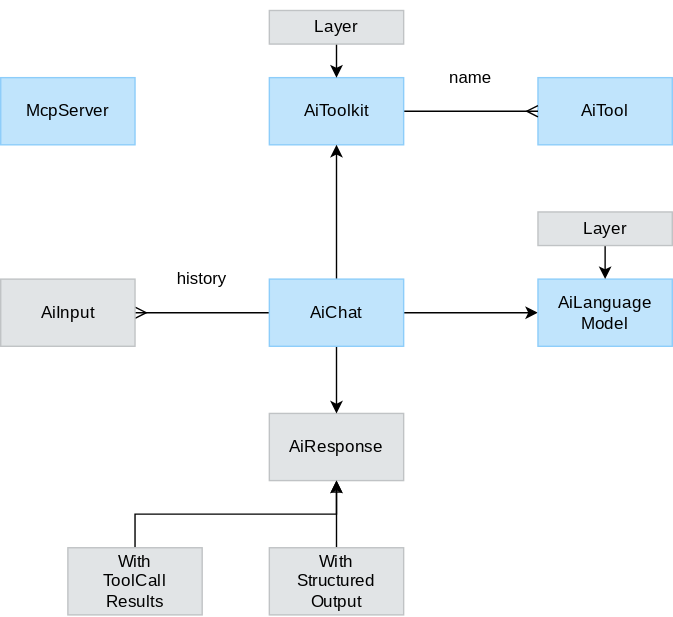
dxos/dxos keeps this draw.io diagram as packages/core/ai/docs/effect.drawio.svg. Above is the earlier version. Source tidied: cells renumbered, new cells last; positions are measured from the earlier drawing's top-left corner, leaving out a move shared by most shapes.
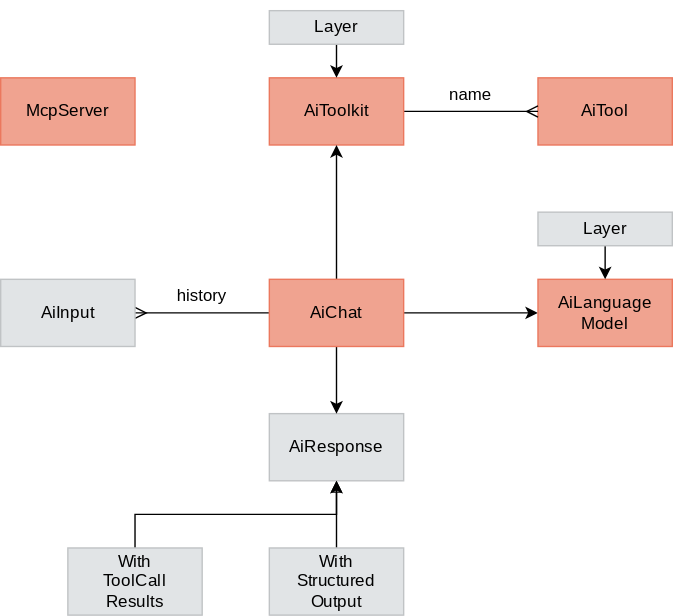
The same file after the commit.

Commit message:
docs: update diagrams and fix object label reference

The edit, as a diff of the source:
```diff
@@ -3,19 +3,19 @@
     <mxCell id="0" />
     <mxCell id="1" parent="0" />
     <mxCell id="2" value="history" style="text;html=1;align=center;verticalAlign=middle;whiteSpace=wrap;rounded=0;" parent="1" vertex="1">
-      <mxGeometry x="96" y="180" width="96" height="24" as="geometry" />
+      <mxGeometry x="96" y="192" width="96" height="24" as="geometry" />
     </mxCell>
-    <mxCell id="3" value="AiTool" style="rounded=0;whiteSpace=wrap;html=1;fontFamily=Space Grotesk;fontSource=https%3A%2F%2Ffonts.googleapis.com%2Fcss%3Ffamily%3DSpace%2BGrotesk;fillColor=#C0E4FC;fontColor=#000000;strokeColor=#8DCDFA;" parent="1" vertex="1">
+    <mxCell id="3" value="AiTool" style="rounded=0;whiteSpace=wrap;html=1;fontFamily=Space Grotesk;fontSource=https%3A%2F%2Ffonts.googleapis.com%2Fcss%3Ffamily%3DSpace%2BGrotesk;fillColor=#F0A390;fontColor=#000000;strokeColor=#EB785E;" parent="1" vertex="1">
       <mxGeometry x="384" y="48" width="96" height="48" as="geometry" />
     </mxCell>
     <mxCell id="4" style="edgeStyle=none;html=1;exitX=1;exitY=0.5;exitDx=0;exitDy=0;entryX=0;entryY=0.5;entryDx=0;entryDy=0;endArrow=ERmany;endFill=0;" parent="1" edge="1" source="5" target="3">
       <mxGeometry relative="1" as="geometry" />
     </mxCell>
-    <mxCell id="5" value="AiToolkit" style="rounded=0;whiteSpace=wrap;html=1;fontFamily=Space Grotesk;fontSource=https%3A%2F%2Ffonts.googleapis.com%2Fcss%3Ffamily%3DSpace%2BGrotesk;fillColor=#C0E4FC;fontColor=#000000;strokeColor=#8DCDFA;" parent="1" vertex="1">
+    <mxCell id="5" value="AiToolkit" style="rounded=0;whiteSpace=wrap;html=1;fontFamily=Space Grotesk;fontSource=https%3A%2F%2Ffonts.googleapis.com%2Fcss%3Ffamily%3DSpace%2BGrotesk;fillColor=#F0A390;fontColor=#000000;strokeColor=#EB785E;" parent="1" vertex="1">
       <mxGeometry x="192" y="48" width="96" height="48" as="geometry" />
     </mxCell>
     <mxCell id="6" value="name" style="text;html=1;align=center;verticalAlign=middle;whiteSpace=wrap;rounded=0;" parent="1" vertex="1">
-      <mxGeometry x="288" y="36" width="96" height="24" as="geometry" />
+      <mxGeometry x="288" y="48" width="96" height="24" as="geometry" />
     </mxCell>
     <mxCell id="7" style="edgeStyle=none;html=1;exitX=0.5;exitY=0;exitDx=0;exitDy=0;" parent="1" edge="1" source="8" target="5">
       <mxGeometry relative="1" as="geometry" />
@@ -38,16 +38,16 @@
     <mxCell id="13" style="edgeStyle=none;html=1;exitX=0.5;exitY=0;exitDx=0;exitDy=0;" parent="1" edge="1" source="14" target="5">
       <mxGeometry relative="1" as="geometry" />
     </mxCell>
-    <mxCell id="14" value="AiChat" style="rounded=0;whiteSpace=wrap;html=1;fontFamily=Space Grotesk;fontSource=https%3A%2F%2Ffonts.googleapis.com%2Fcss%3Ffamily%3DSpace%2BGrotesk;fillColor=#C0E4FC;fontColor=#000000;strokeColor=#8DCDFA;" parent="1" vertex="1">
+    <mxCell id="14" value="AiChat" style="rounded=0;whiteSpace=wrap;html=1;fontFamily=Space Grotesk;fontSource=https%3A%2F%2Ffonts.googleapis.com%2Fcss%3Ffamily%3DSpace%2BGrotesk;fillColor=#F0A390;fontColor=#000000;strokeColor=#EB785E;" parent="1" vertex="1">
       <mxGeometry x="192" y="192" width="96" height="48" as="geometry" />
     </mxCell>
     <mxCell id="15" value="AiInput" style="rounded=0;whiteSpace=wrap;html=1;fontFamily=Space Grotesk;fontSource=https%3A%2F%2Ffonts.googleapis.com%2Fcss%3Ffamily%3DSpace%2BGrotesk;fillColor=#E1E4E6;fontColor=#000000;strokeColor=#C0C3C5;" parent="1" vertex="1">
       <mxGeometry y="192" width="96" height="48" as="geometry" />
     </mxCell>
-    <mxCell id="16" value="AiLanguage&lt;br&gt;Model" style="rounded=0;whiteSpace=wrap;html=1;fontFamily=Space Grotesk;fontSource=https%3A%2F%2Ffonts.googleapis.com%2Fcss%3Ffamily%3DSpace%2BGrotesk;fillColor=#C0E4FC;fontColor=#000000;strokeColor=#8DCDFA;" parent="1" vertex="1">
+    <mxCell id="16" value="AiLanguage&lt;br&gt;Model" style="rounded=0;whiteSpace=wrap;html=1;fontFamily=Space Grotesk;fontSource=https%3A%2F%2Ffonts.googleapis.com%2Fcss%3Ffamily%3DSpace%2BGrotesk;fillColor=#F0A390;fontColor=#000000;strokeColor=#EB785E;" parent="1" vertex="1">
       <mxGeometry x="384" y="192" width="96" height="48" as="geometry" />
     </mxCell>
-    <mxCell id="17" value="McpServer" style="rounded=0;whiteSpace=wrap;html=1;fontFamily=Space Grotesk;fontSource=https%3A%2F%2Ffonts.googleapis.com%2Fcss%3Ffamily%3DSpace%2BGrotesk;fillColor=#C0E4FC;fontColor=#000000;strokeColor=#8DCDFA;" parent="1" vertex="1">
+    <mxCell id="17" value="McpServer" style="rounded=0;whiteSpace=wrap;html=1;fontFamily=Space Grotesk;fontSource=https%3A%2F%2Ffonts.googleapis.com%2Fcss%3Ffamily%3DSpace%2BGrotesk;fillColor=#F0A390;fontColor=#000000;strokeColor=#EB785E;" parent="1" vertex="1">
       <mxGeometry y="48" width="96" height="48" as="geometry" />
     </mxCell>
     <mxCell id="18" style="edgeStyle=none;html=1;exitX=0.5;exitY=1;exitDx=0;exitDy=0;" parent="1" edge="1" source="19" target="16">
```
